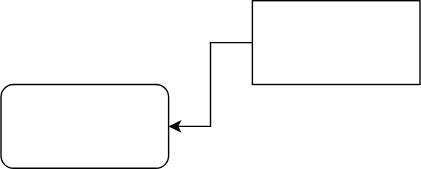
riemnafets-gpjoule/playground keeps this draw.io diagram as Unbenanntes Diagramm.drawio.svg. Above is the earlier version. Source tidied: cells renumbered, new cells last; positions are measured from the earlier drawing's top-left corner, leaving out a move shared by most shapes. Its diagram source:
```xml
<mxGraphModel>
  <root>
    <mxCell id="0" />
    <mxCell id="1" parent="0" />
    <mxCell id="2" style="edgeStyle=orthogonalEdgeStyle;rounded=0;jettySize=auto;html=1;entryX=1;entryY=0.5;entryDx=0;entryDy=0;" parent="1" edge="1" source="3" target="4">
      <mxGeometry relative="1" as="geometry" />
    </mxCell>
    <mxCell id="3" style="rounded=0;whiteSpace=wrap;html=1;" parent="1" vertex="1">
      <mxGeometry x="180" width="120" height="60" as="geometry" />
    </mxCell>
    <mxCell id="4" style="rounded=1;whiteSpace=wrap;html=1;" parent="1" vertex="1">
      <mxGeometry y="60" width="120" height="60" as="geometry" />
    </mxCell>
  </root>
</mxGraphModel>
```
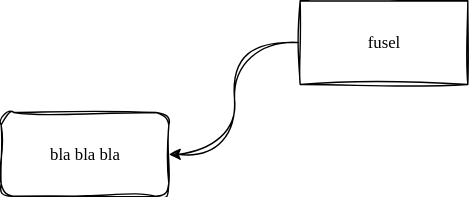
Above is the later version.

What changed in the source:
```diff
@@ -2,14 +2,14 @@
   <root>
     <mxCell id="0" />
     <mxCell id="1" parent="0" />
-    <mxCell id="2" style="edgeStyle=orthogonalEdgeStyle;rounded=0;jettySize=auto;html=1;entryX=1;entryY=0.5;entryDx=0;entryDy=0;" parent="1" edge="1" source="3" target="4">
+    <mxCell id="2" style="edgeStyle=orthogonalEdgeStyle;rounded=0;jettySize=auto;html=1;entryX=1;entryY=0.5;entryDx=0;entryDy=0;sketch=1;curveFitting=1;jiggle=2;curved=1;" parent="1" edge="1" source="3" target="4">
       <mxGeometry relative="1" as="geometry" />
     </mxCell>
-    <mxCell id="3" style="rounded=0;whiteSpace=wrap;html=1;" parent="1" vertex="1">
-      <mxGeometry x="180" width="120" height="60" as="geometry" />
+    <mxCell id="3" value="fusel" style="rounded=0;whiteSpace=wrap;html=1;fontFamily=Architects Daughter;fontSource=https%3A%2F%2Ffonts.googleapis.com%2Fcss%3Ffamily%3DArchitects%2BDaughter;sketch=1;curveFitting=1;jiggle=2;" parent="1" vertex="1">
+      <mxGeometry x="174" y="40" width="120" height="60" as="geometry" />
     </mxCell>
-    <mxCell id="4" style="rounded=1;whiteSpace=wrap;html=1;" parent="1" vertex="1">
-      <mxGeometry y="60" width="120" height="60" as="geometry" />
+    <mxCell id="4" value="bla bla bla" style="rounded=1;whiteSpace=wrap;html=1;sketch=1;curveFitting=1;jiggle=2;fontFamily=Architects Daughter;fontSource=https%3A%2F%2Ffonts.googleapis.com%2Fcss%3Ffamily%3DArchitects%2BDaughter;" parent="1" vertex="1">
+      <mxGeometry x="-40" y="120" width="120" height="60" as="geometry" />
     </mxCell>
   </root>
 </mxGraphModel>
```
